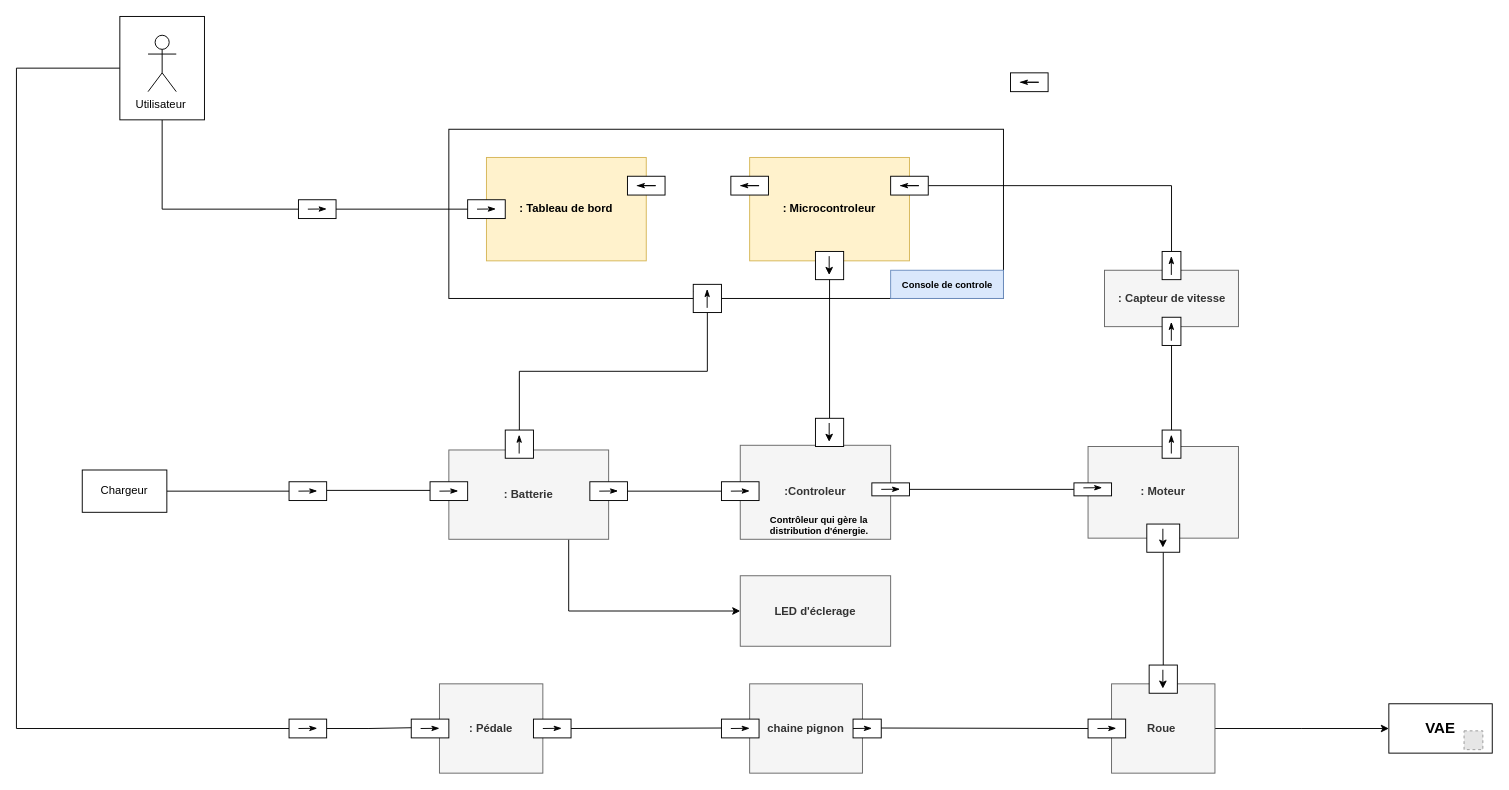
This is diagramme de bloc interne.drawio from zakaria-bak/VAE-Velo-Assistance-Electrique--SysML-diagrams, a draw.io file, before an edit. Source tidied: cells renumbered, new cells numbered last; positions are measured from the earlier drawing's top-left corner, leaving out a move shared by most shapes. Both pictures are drawn from the tidied source at 94%, with x=0, y=0 at pixel (16, 16). Pictures stored in the file or linked from it are replaced by grey dashed boxes.
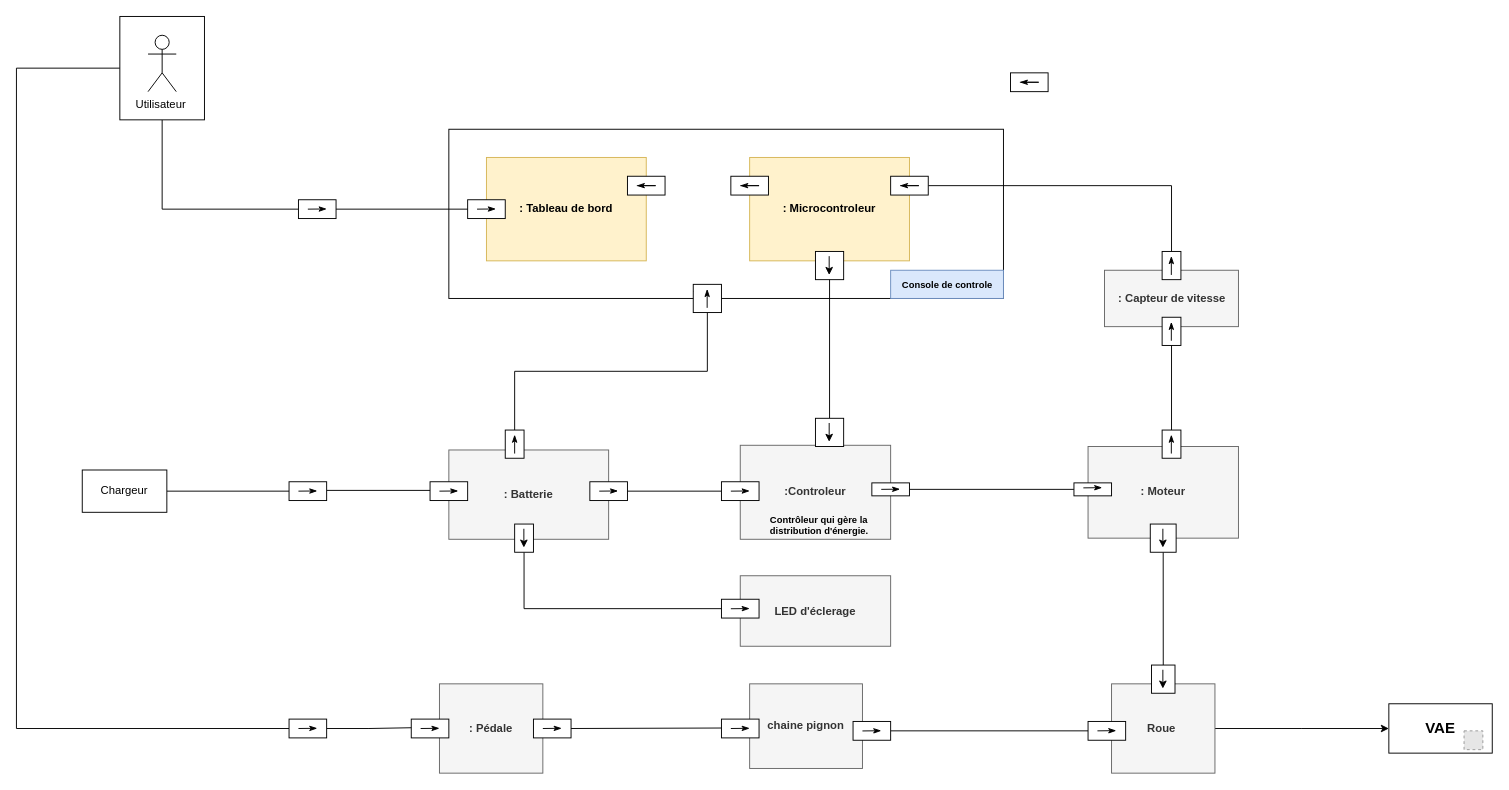
Above is the later version.

The change refers to these unchanged cells:
```xml
<mxCell id="8" value="&lt;b&gt;: Batterie&lt;/b&gt;" style="rounded=0;whiteSpace=wrap;html=1;rotation=0;fillColor=#f5f5f5;fontColor=#333333;strokeColor=#666666;" parent="1" vertex="1">
  <mxGeometry x="460" y="461.2" width="170" height="95" as="geometry" />
</mxCell>
<mxCell id="91" value="&lt;b&gt;LED d'éclerage&lt;/b&gt;" style="rounded=0;whiteSpace=wrap;html=1;rotation=0;fillColor=#f5f5f5;fontColor=#333333;strokeColor=#666666;" parent="1" vertex="1">
  <mxGeometry x="770" y="595" width="160" height="75" as="geometry" />
</mxCell>
```

Diff of the diagram source:
```diff
@@
-    <mxCell id="7" style="edgeStyle=orthogonalEdgeStyle;rounded=0;jettySize=auto;html=1;exitX=0.75;exitY=1;exitDx=0;exitDy=0;entryX=0;entryY=0.5;entryDx=0;entryDy=0;" parent="1" edge="1" source="8" target="91">
-      <mxGeometry relative="1" as="geometry" />
-    </mxCell>
@@
     <mxCell id="11" value="&lt;b&gt;chaine pignon&lt;/b&gt;" style="rounded=0;whiteSpace=wrap;html=1;rotation=0;fillColor=#f5f5f5;fontColor=#333333;strokeColor=#666666;" parent="1" vertex="1">
-      <mxGeometry x="780" y="710" width="120" height="95" as="geometry" />
+      <mxGeometry x="780" y="710" width="120" height="90" as="geometry" />
     </mxCell>
@@
     <mxCell id="17" style="rounded=0;whiteSpace=wrap;html=1;shadow=0;" parent="1" vertex="1">
-      <mxGeometry x="520" y="440" width="30" height="30" as="geometry" />
+      <mxGeometry x="520" y="440" width="20" height="30" as="geometry" />
     </mxCell>
     <mxCell id="18" style="endArrow=classicThin;html=1;rounded=0;endFill=1;shadow=0;" parent="1" edge="1">
       <mxGeometry relative="1" as="geometry">
-        <mxPoint x="534.8" y="465" as="sourcePoint" />
-        <mxPoint x="534.8" y="445" as="targetPoint" />
+        <mxPoint x="530" y="465" as="sourcePoint" />
+        <mxPoint x="530" y="445" as="targetPoint" />
       </mxGeometry>
     </mxCell>
@@
-    <mxCell id="33" style="rounded=0;whiteSpace=wrap;html=1;shadow=0;" parent="1" vertex="1">
-      <mxGeometry x="890" y="747.5" width="30" height="20" as="geometry" />
-    </mxCell>
-    <mxCell id="34" style="endArrow=classicThin;html=1;rounded=0;endFill=1;shadow=0;" parent="1" edge="1">
-      <mxGeometry relative="1" as="geometry">
-        <mxPoint x="890" y="757.5" as="sourcePoint" />
-        <mxPoint x="910" y="757.3" as="targetPoint" />
-      </mxGeometry>
-    </mxCell>
     <mxCell id="35" style="rounded=0;whiteSpace=wrap;html=1;shadow=0;" parent="1" vertex="1">
-      <mxGeometry x="1140" y="747.5" width="40" height="20" as="geometry" />
+      <mxGeometry x="1140" y="750" width="40" height="20" as="geometry" />
     </mxCell>
     <mxCell id="36" style="endArrow=classicThin;html=1;rounded=0;endFill=1;shadow=0;" parent="1" edge="1">
       <mxGeometry relative="1" as="geometry">
-        <mxPoint x="1150" y="757.5" as="sourcePoint" />
-        <mxPoint x="1170" y="757.3" as="targetPoint" />
+        <mxPoint x="1150" y="760" as="sourcePoint" />
+        <mxPoint x="1170" y="759.8" as="targetPoint" />
       </mxGeometry>
     </mxCell>
     <mxCell id="37" style="rounded=0;whiteSpace=wrap;html=1;shadow=0;" parent="1" vertex="1">
-      <mxGeometry x="1205" y="690" width="30" height="30" as="geometry" />
+      <mxGeometry x="1207.5" y="690" width="25" height="30" as="geometry" />
     </mxCell>
@@
-    <mxCell id="44" style="edgeStyle=orthogonalEdgeStyle;rounded=0;jettySize=auto;html=1;exitX=1;exitY=0.5;exitDx=0;exitDy=0;endArrow=none;endFill=0;entryX=0;entryY=0.5;entryDx=0;entryDy=0;" parent="1" edge="1" target="35">
+    <mxCell id="44" style="edgeStyle=orthogonalEdgeStyle;rounded=0;jettySize=auto;html=1;exitX=1;exitY=0.5;exitDx=0;exitDy=0;endArrow=none;endFill=0;entryX=0;entryY=0.5;entryDx=0;entryDy=0;" parent="1" edge="1" source="97" target="35">
       <mxGeometry relative="1" as="geometry">
-        <mxPoint x="920" y="757" as="sourcePoint" />
+        <Array as="points">
+          <mxPoint x="1140" y="760" />
+        </Array>
       </mxGeometry>
     </mxCell>
@@
     <mxCell id="65" style="rounded=0;whiteSpace=wrap;html=1;shadow=0;" parent="1" vertex="1">
-      <mxGeometry x="1202.5" y="540" width="35" height="30" as="geometry" />
+      <mxGeometry x="1206.2" y="540" width="27.5" height="30" as="geometry" />
     </mxCell>
@@
+    <mxCell id="92" style="rounded=0;whiteSpace=wrap;html=1;shadow=0;" parent="1" vertex="1">
+      <mxGeometry x="750" y="620" width="40" height="20" as="geometry" />
+    </mxCell>
+    <mxCell id="93" style="endArrow=classicThin;html=1;rounded=0;endFill=1;shadow=0;" parent="1" edge="1">
+      <mxGeometry relative="1" as="geometry">
+        <mxPoint x="760" y="630.1" as="sourcePoint" />
+        <mxPoint x="780" y="629.9" as="targetPoint" />
+      </mxGeometry>
+    </mxCell>
+    <mxCell id="94" style="edgeStyle=orthogonalEdgeStyle;rounded=0;jettySize=auto;html=1;exitX=0.5;exitY=1;exitDx=0;exitDy=0;entryX=0;entryY=0.5;entryDx=0;entryDy=0;endArrow=none;endFill=0;" parent="1" edge="1" source="95" target="92">
+      <mxGeometry relative="1" as="geometry" />
+    </mxCell>
+    <mxCell id="95" style="rounded=0;whiteSpace=wrap;html=1;shadow=0;" parent="1" vertex="1">
+      <mxGeometry x="530" y="540" width="20" height="30" as="geometry" />
+    </mxCell>
+    <mxCell id="96" style="endArrow=classic;html=1;rounded=0;" parent="1" edge="1">
+      <mxGeometry relative="1" as="geometry">
+        <mxPoint x="539.8" y="545" as="sourcePoint" />
+        <mxPoint x="539.8" y="565" as="targetPoint" />
+      </mxGeometry>
+    </mxCell>
+    <mxCell id="97" style="rounded=0;whiteSpace=wrap;html=1;shadow=0;" parent="1" vertex="1">
+      <mxGeometry x="890" y="750" width="40" height="20" as="geometry" />
+    </mxCell>
+    <mxCell id="98" style="endArrow=classicThin;html=1;rounded=0;endFill=1;shadow=0;" parent="1" edge="1">
+      <mxGeometry relative="1" as="geometry">
+        <mxPoint x="900" y="760.1" as="sourcePoint" />
+        <mxPoint x="920" y="759.9" as="targetPoint" />
+      </mxGeometry>
+    </mxCell>
```
